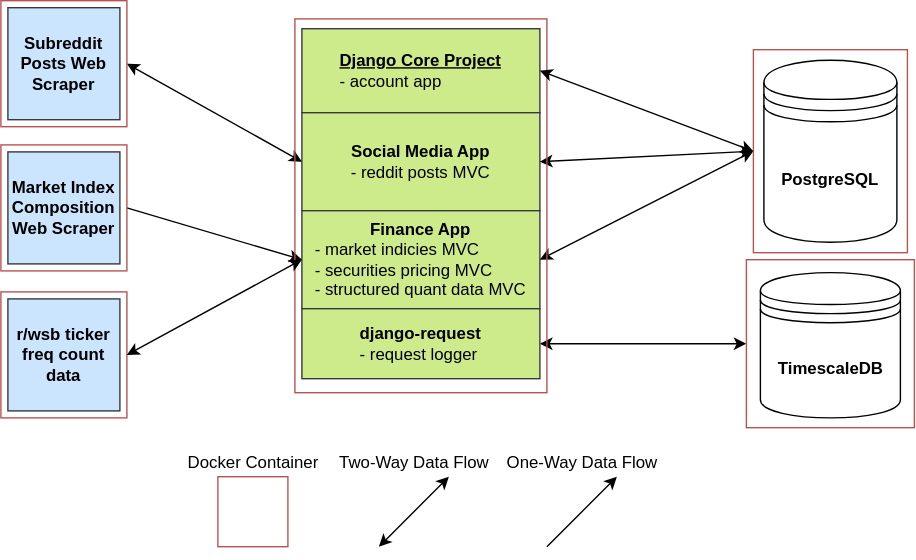
Earlier version of the draw.io export resources/Velkozz_Project.svg (velkoz-data-ingestion/velkozz_web_api). Source tidied: cells renumbered, new cells last; positions are measured from the earlier drawing's top-left corner, leaving out a move shared by most shapes.
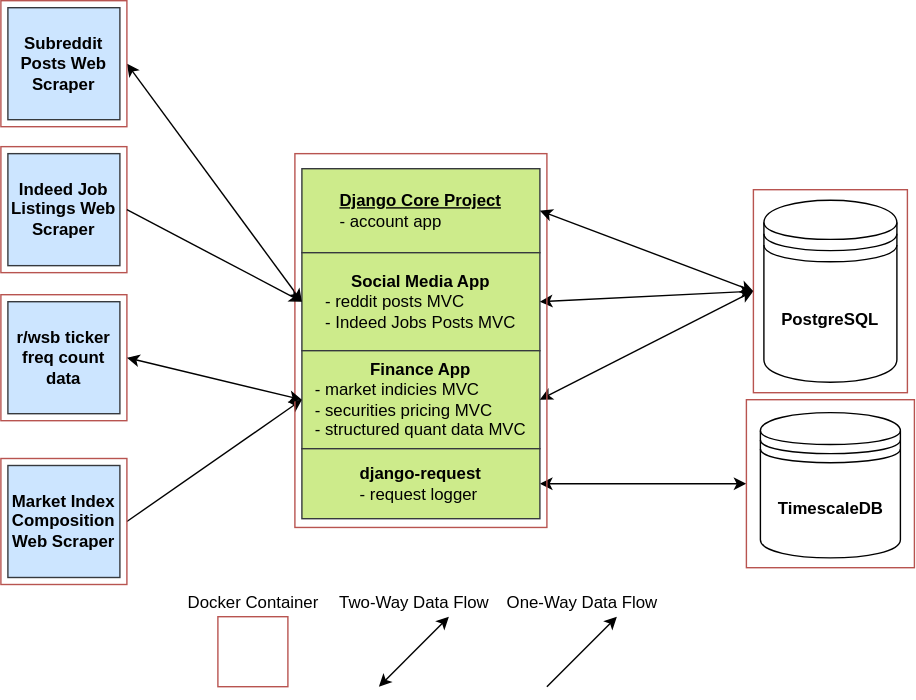
Later version of the same file.

Commit message:
Primary update for Indeed.ca Web Scraper

The edit, as a diff of the source:
```diff
@@ -5,7 +5,7 @@
     <mxCell id="2" value="&lt;div&gt;&lt;b&gt;&lt;u&gt;Django Core Project&lt;/u&gt;&lt;/b&gt;&lt;br&gt;&lt;/div&gt;&lt;div align=&quot;left&quot;&gt;- account app&lt;/div&gt;" style="rounded=0;whiteSpace=wrap;html=1;fillColor=#cdeb8b;strokeColor=#36393d;" parent="1" vertex="1">
       <mxGeometry x="215" y="20" width="170" height="60" as="geometry" />
     </mxCell>
-    <mxCell id="3" value="&lt;div&gt;&lt;b&gt;Social Media App&lt;/b&gt;&lt;br&gt;&lt;/div&gt;&lt;div align=&quot;left&quot;&gt;- reddit posts MVC &lt;br&gt;&lt;/div&gt;" style="rounded=0;whiteSpace=wrap;html=1;fillColor=#cdeb8b;strokeColor=#36393d;" parent="1" vertex="1">
+    <mxCell id="3" value="&lt;div&gt;&lt;b&gt;Social Media App&lt;/b&gt;&lt;br&gt;&lt;/div&gt;&lt;div align=&quot;left&quot;&gt;- reddit posts MVC&lt;/div&gt;&lt;div align=&quot;left&quot;&gt;- Indeed Jobs Posts MVC&lt;br&gt;&lt;/div&gt;" style="rounded=0;whiteSpace=wrap;html=1;fillColor=#cdeb8b;strokeColor=#36393d;" parent="1" vertex="1">
       <mxGeometry x="215" y="80" width="170" height="70" as="geometry" />
     </mxCell>
     <mxCell id="4" value="&lt;div&gt;&lt;b&gt;Finance App&lt;/b&gt;&lt;br&gt;&lt;/div&gt;&lt;div align=&quot;left&quot;&gt;- market indicies MVC &lt;br&gt;&lt;/div&gt;&lt;div align=&quot;left&quot;&gt;- securities pricing MVC&lt;/div&gt;&lt;div&gt;- structured quant data MVC&lt;br&gt;&lt;/div&gt;" style="rounded=0;whiteSpace=wrap;html=1;fillColor=#cdeb8b;strokeColor=#36393d;" parent="1" vertex="1">
@@ -42,10 +42,10 @@
       <mxGeometry relative="1" as="geometry" />
     </mxCell>
     <mxCell id="14" value="&lt;b&gt;Subreddit Posts Web Scraper&lt;br&gt;&lt;/b&gt;" style="whiteSpace=wrap;html=1;fillColor=#cce5ff;strokeColor=#36393d;" parent="1" vertex="1">
-      <mxGeometry x="5" y="5" width="80" height="80" as="geometry" />
+      <mxGeometry x="5" y="-95" width="80" height="80" as="geometry" />
     </mxCell>
     <mxCell id="15" value="&lt;b&gt;Market Index Composition Web Scraper&lt;br&gt;&lt;/b&gt;" style="whiteSpace=wrap;html=1;fillColor=#cce5ff;strokeColor=#36393d;" parent="1" vertex="1">
-      <mxGeometry x="5" y="108" width="80" height="80" as="geometry" />
+      <mxGeometry x="5" y="232" width="80" height="80" as="geometry" />
     </mxCell>
     <mxCell id="16" style="endArrow=classic;startArrow=classic;html=1;entryX=0;entryY=0.5;entryDx=0;entryDy=0;exitX=1;exitY=0.5;exitDx=0;exitDy=0;" parent="1" edge="1" source="19" target="3">
       <mxGeometry relative="1" as="geometry" />
@@ -54,10 +54,10 @@
       <mxGeometry relative="1" as="geometry" />
     </mxCell>
     <mxCell id="18" value="&lt;b&gt;&lt;br&gt;&lt;/b&gt;" style="whiteSpace=wrap;html=1;strokeColor=#b85450;fillColor=none;" parent="1" vertex="1">
-      <mxGeometry y="103" width="90" height="90" as="geometry" />
+      <mxGeometry y="227" width="90" height="90" as="geometry" />
     </mxCell>
     <mxCell id="19" value="&lt;b&gt;&lt;br&gt;&lt;/b&gt;" style="whiteSpace=wrap;html=1;strokeColor=#b85450;fillColor=none;" parent="1" vertex="1">
-      <mxGeometry width="90" height="90" as="geometry" />
+      <mxGeometry y="-100" width="90" height="90" as="geometry" />
     </mxCell>
     <mxCell id="20" value="&lt;b&gt;&lt;br&gt;&lt;/b&gt;" style="whiteSpace=wrap;html=1;strokeColor=#b85450;fillColor=none;" parent="1" vertex="1">
       <mxGeometry x="532.5" y="185" width="120" height="120" as="geometry" />
@@ -66,7 +66,7 @@
       <mxGeometry x="537.5" y="35" width="110" height="145" as="geometry" />
     </mxCell>
     <mxCell id="22" style="rounded=0;whiteSpace=wrap;html=1;strokeColor=#b85450;fillColor=none;" parent="1" vertex="1">
-      <mxGeometry x="210" y="13" width="180" height="267" as="geometry" />
+      <mxGeometry x="210" y="9.2" width="180" height="267" as="geometry" />
     </mxCell>
     <mxCell id="23" style="endArrow=classic;html=1;" parent="1" edge="1">
       <mxGeometry relative="1" as="geometry">
@@ -78,10 +78,10 @@
       <mxGeometry x="355" y="320" width="120" height="20" as="geometry" />
     </mxCell>
     <mxCell id="25" value="&lt;b&gt;r/wsb ticker freq count data&lt;br&gt;&lt;/b&gt;" style="whiteSpace=wrap;html=1;fillColor=#cce5ff;strokeColor=#36393d;" parent="1" vertex="1">
-      <mxGeometry x="5" y="213" width="80" height="80" as="geometry" />
+      <mxGeometry x="5" y="115" width="80" height="80" as="geometry" />
     </mxCell>
     <mxCell id="26" value="&lt;b&gt;&lt;br&gt;&lt;/b&gt;" style="whiteSpace=wrap;html=1;strokeColor=#b85450;fillColor=none;" parent="1" vertex="1">
-      <mxGeometry y="208" width="90" height="90" as="geometry" />
+      <mxGeometry y="110" width="90" height="90" as="geometry" />
     </mxCell>
     <mxCell id="27" value="&lt;div&gt;&lt;b&gt;django-request&lt;/b&gt;&lt;br&gt;&lt;/div&gt;&lt;div align=&quot;left&quot;&gt;- request logger &lt;br&gt;&lt;/div&gt;" style="rounded=0;whiteSpace=wrap;html=1;fillColor=#cdeb8b;strokeColor=#36393d;" parent="1" vertex="1">
       <mxGeometry x="215" y="220" width="170" height="50" as="geometry" />
@@ -92,5 +92,14 @@
     <mxCell id="29" style="endArrow=classic;startArrow=classic;html=1;exitX=1;exitY=0.5;exitDx=0;exitDy=0;entryX=0;entryY=0.5;entryDx=0;entryDy=0;" parent="1" edge="1" source="26" target="4">
       <mxGeometry relative="1" as="geometry" />
     </mxCell>
+    <mxCell id="30" value="&lt;b&gt;Indeed Job Listings Web Scraper&lt;br&gt;&lt;/b&gt;" style="whiteSpace=wrap;html=1;fillColor=#cce5ff;strokeColor=#36393d;" parent="1" vertex="1">
+      <mxGeometry x="5" y="9.2" width="80" height="80" as="geometry" />
+    </mxCell>
+    <mxCell id="31" value="&lt;b&gt;&lt;br&gt;&lt;/b&gt;" style="whiteSpace=wrap;html=1;strokeColor=#b85450;fillColor=none;" parent="1" vertex="1">
+      <mxGeometry y="4.2" width="90" height="90" as="geometry" />
+    </mxCell>
+    <mxCell id="32" style="endArrow=classic;html=1;exitX=1;exitY=0.5;exitDx=0;exitDy=0;entryX=0;entryY=0.5;entryDx=0;entryDy=0;" parent="1" edge="1" source="31" target="3">
+      <mxGeometry relative="1" as="geometry" />
+    </mxCell>
   </root>
 </mxGraphModel>
```
